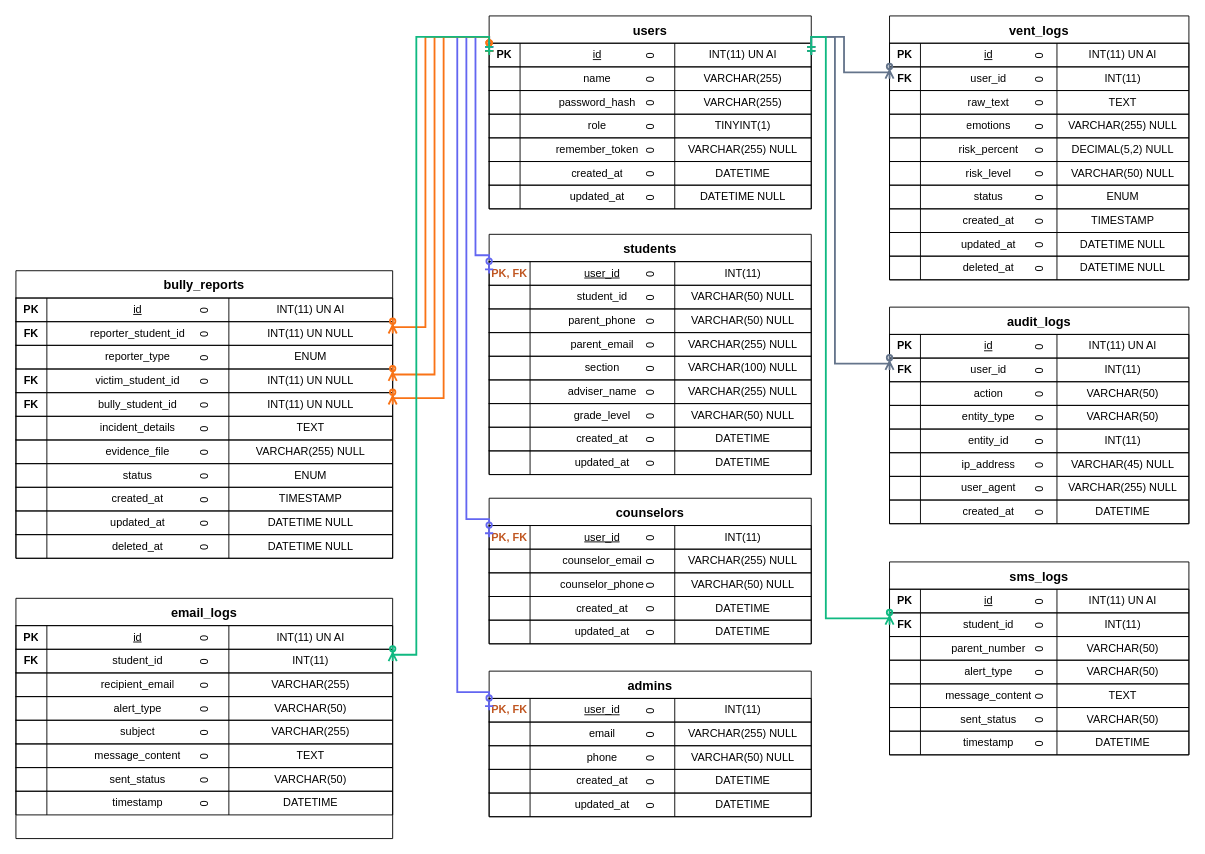
The draw.io diagram docs/erd_diagram.drawio in CrayCray3000/StudentShield-SoftwareEngineering, before the edit. Source tidied: cells renumbered, new cells numbered last; positions are measured from the earlier drawing's top-left corner, leaving out a move shared by most shapes. Both pictures are drawn from the tidied source at 91%, with x=0, y=0 at pixel (15, 15).
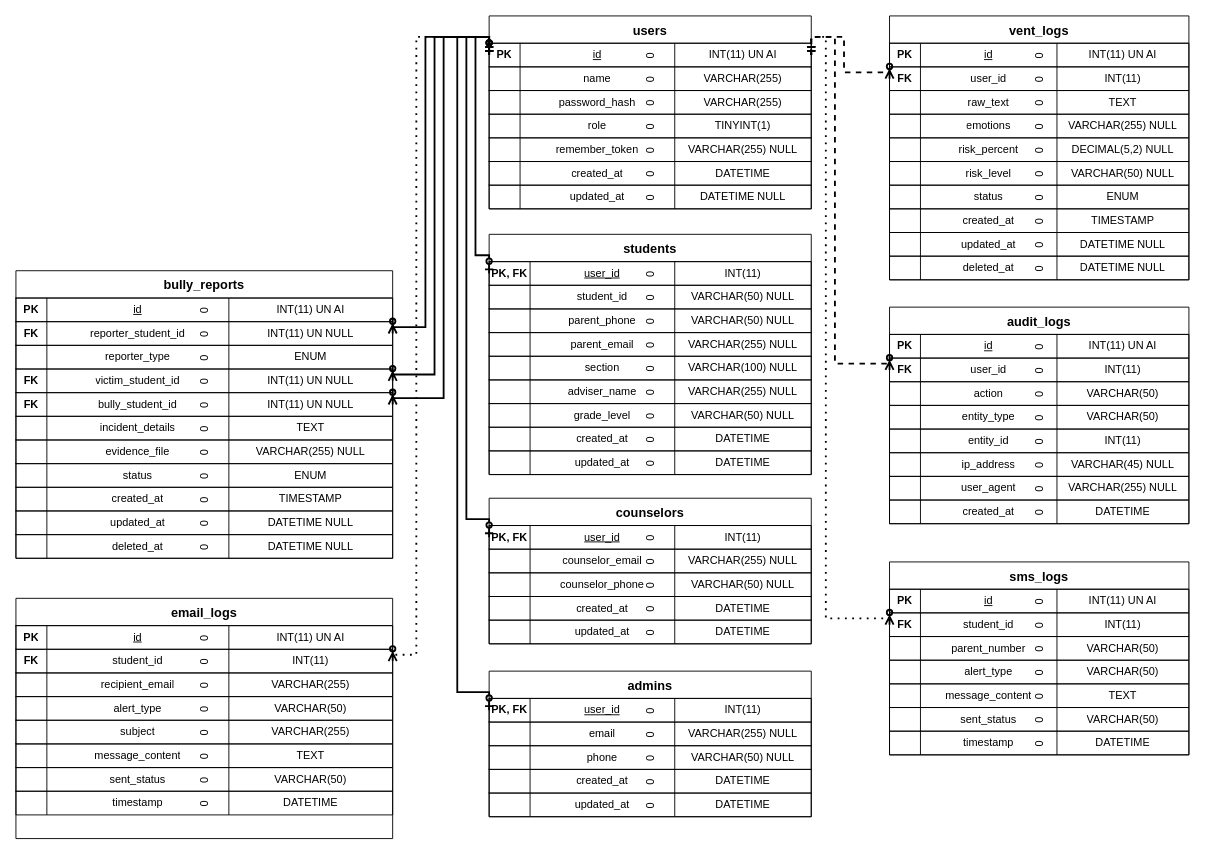
The same diagram, later.

Commit message (it also covers changes not shown here):
Doc: convert ERD to pure black and white (monochrome) format for thesis print standards

The change refers to these unchanged cells:
```xml
<mxCell id="3" value="0" style="shape=tableRow;horizontal=0;startSize=0;swimlaneHead=0;swimlaneBody=0;fillColor=none;points=[[0,0.5],[1,0.5]];portConstraint=eastwest;fontSize=12;strokeColor=inherit;" parent="2" vertex="1">
  <mxGeometry y="30" width="354" height="26" as="geometry" />
</mxCell>
<mxCell id="32" value="0" style="shape=tableRow;horizontal=0;startSize=0;swimlaneHead=0;swimlaneBody=0;fillColor=none;points=[[0,0.5],[1,0.5]];portConstraint=eastwest;fontSize=12;strokeColor=inherit;" parent="31" vertex="1">
  <mxGeometry y="30" width="354" height="26" as="geometry" />
</mxCell>
<mxCell id="69" value="0" style="shape=tableRow;horizontal=0;startSize=0;swimlaneHead=0;swimlaneBody=0;fillColor=none;points=[[0,0.5],[1,0.5]];portConstraint=eastwest;fontSize=12;strokeColor=inherit;" parent="68" vertex="1">
  <mxGeometry y="30" width="354" height="26" as="geometry" />
</mxCell>
<mxCell id="90" value="0" style="shape=tableRow;horizontal=0;startSize=0;swimlaneHead=0;swimlaneBody=0;fillColor=none;points=[[0,0.5],[1,0.5]];portConstraint=eastwest;fontSize=12;strokeColor=inherit;" parent="89" vertex="1">
  <mxGeometry y="30" width="354" height="26" as="geometry" />
</mxCell>
<mxCell id="115" value="0" style="shape=tableRow;horizontal=0;startSize=0;swimlaneHead=0;swimlaneBody=0;fillColor=none;points=[[0,0.5],[1,0.5]];portConstraint=eastwest;fontSize=12;strokeColor=inherit;" parent="110" vertex="1">
  <mxGeometry y="56" width="329" height="26" as="geometry" />
</mxCell>
<mxCell id="156" value="0" style="shape=tableRow;horizontal=0;startSize=0;swimlaneHead=0;swimlaneBody=0;fillColor=none;points=[[0,0.5],[1,0.5]];portConstraint=eastwest;fontSize=12;strokeColor=inherit;" parent="151" vertex="1">
  <mxGeometry y="56" width="329" height="26" as="geometry" />
</mxCell>
<mxCell id="189" value="0" style="shape=tableRow;horizontal=0;startSize=0;swimlaneHead=0;swimlaneBody=0;fillColor=none;points=[[0,0.5],[1,0.5]];portConstraint=eastwest;fontSize=12;strokeColor=inherit;" parent="184" vertex="1">
  <mxGeometry y="56" width="329" height="26" as="geometry" />
</mxCell>
<mxCell id="218" value="0" style="shape=tableRow;horizontal=0;startSize=0;swimlaneHead=0;swimlaneBody=0;fillColor=none;points=[[0,0.5],[1,0.5]];portConstraint=eastwest;fontSize=12;strokeColor=inherit;" parent="213" vertex="1">
  <mxGeometry y="56" width="414" height="26" as="geometry" />
</mxCell>
<mxCell id="226" value="0" style="shape=tableRow;horizontal=0;startSize=0;swimlaneHead=0;swimlaneBody=0;fillColor=none;points=[[0,0.5],[1,0.5]];portConstraint=eastwest;fontSize=12;strokeColor=inherit;" parent="213" vertex="1">
  <mxGeometry y="108" width="414" height="26" as="geometry" />
</mxCell>
<mxCell id="230" value="0" style="shape=tableRow;horizontal=0;startSize=0;swimlaneHead=0;swimlaneBody=0;fillColor=none;points=[[0,0.5],[1,0.5]];portConstraint=eastwest;fontSize=12;strokeColor=inherit;" parent="213" vertex="1">
  <mxGeometry y="134" width="414" height="26" as="geometry" />
</mxCell>
<mxCell id="263" value="0" style="shape=tableRow;horizontal=0;startSize=0;swimlaneHead=0;swimlaneBody=0;fillColor=none;points=[[0,0.5],[1,0.5]];portConstraint=eastwest;fontSize=12;strokeColor=inherit;" parent="258" vertex="1">
  <mxGeometry y="56" width="414" height="26" as="geometry" />
</mxCell>
```

Change to the diagram source:
```diff
@@
-    <mxCell id="33" value="PK, FK" style="shape=partialRectangle;fillColor=none;top=0;left=0;bottom=0;right=0;fontStyle=1;overflow=hidden;whiteSpace=wrap;html=1;fontColor=#C05621;" parent="32" vertex="1">
+    <mxCell id="33" value="PK, FK" style="shape=partialRectangle;fillColor=none;top=0;left=0;bottom=0;right=0;fontStyle=1;overflow=hidden;whiteSpace=wrap;html=1;fontColor=#000000;" parent="32" vertex="1">
       <mxGeometry width="45" height="26" as="geometry" />
     </mxCell>
@@
-    <mxCell id="70" value="PK, FK" style="shape=partialRectangle;fillColor=none;top=0;left=0;bottom=0;right=0;fontStyle=1;overflow=hidden;whiteSpace=wrap;html=1;fontColor=#C05621;" parent="69" vertex="1">
+    <mxCell id="70" value="PK, FK" style="shape=partialRectangle;fillColor=none;top=0;left=0;bottom=0;right=0;fontStyle=1;overflow=hidden;whiteSpace=wrap;html=1;fontColor=#000000;" parent="69" vertex="1">
       <mxGeometry width="45" height="26" as="geometry" />
     </mxCell>
@@
-    <mxCell id="91" value="PK, FK" style="shape=partialRectangle;fillColor=none;top=0;left=0;bottom=0;right=0;fontStyle=1;overflow=hidden;whiteSpace=wrap;html=1;fontColor=#C05621;" parent="90" vertex="1">
+    <mxCell id="91" value="PK, FK" style="shape=partialRectangle;fillColor=none;top=0;left=0;bottom=0;right=0;fontStyle=1;overflow=hidden;whiteSpace=wrap;html=1;fontColor=#000000;" parent="90" vertex="1">
       <mxGeometry width="45" height="26" as="geometry" />
     </mxCell>
@@
-    <mxCell id="291" style="edgeStyle=orthogonalEdgeStyle;rounded=0;jettySize=auto;html=1;endArrow=ERzeroToOne;endFill=0;startArrow=ERmandOne;startFill=0;strokeColor=#6366f1;strokeWidth=2;exitX=0;exitY=0.5;exitDx=0;exitDy=0;exitPerimeter=0;entryX=0;entryY=0.5;entryDx=0;entryDy=0;entryPerimeter=0;" parent="1" edge="1" source="3" target="32">
+    <mxCell id="291" style="edgeStyle=orthogonalEdgeStyle;rounded=0;jettySize=auto;html=1;endArrow=ERzeroToOne;endFill=0;startArrow=ERmandOne;startFill=0;strokeColor=#000000;strokeWidth=2;exitX=0;exitY=0.5;exitDx=0;exitDy=0;exitPerimeter=0;entryX=0;entryY=0.5;entryDx=0;entryDy=0;entryPerimeter=0;" parent="1" edge="1" source="3" target="32">
       <mxGeometry relative="1" as="geometry">
         <Array as="points">
           <mxPoint x="505" y="23" />
           <mxPoint x="505" y="263" />
         </Array>
       </mxGeometry>
     </mxCell>
-    <mxCell id="292" style="edgeStyle=orthogonalEdgeStyle;rounded=0;jettySize=auto;html=1;endArrow=ERzeroToOne;endFill=0;startArrow=ERmandOne;startFill=0;strokeColor=#6366f1;strokeWidth=2;exitX=0;exitY=0.5;exitDx=0;exitDy=0;exitPerimeter=0;entryX=0;entryY=0.5;entryDx=0;entryDy=0;entryPerimeter=0;" parent="1" edge="1" source="3" target="69">
+    <mxCell id="292" style="edgeStyle=orthogonalEdgeStyle;rounded=0;jettySize=auto;html=1;endArrow=ERzeroToOne;endFill=0;startArrow=ERmandOne;startFill=0;strokeColor=#000000;strokeWidth=2;exitX=0;exitY=0.5;exitDx=0;exitDy=0;exitPerimeter=0;entryX=0;entryY=0.5;entryDx=0;entryDy=0;entryPerimeter=0;" parent="1" edge="1" source="3" target="69">
       <mxGeometry relative="1" as="geometry">
         <Array as="points">
           <mxPoint x="495" y="23" />
           <mxPoint x="495" y="553" />
         </Array>
       </mxGeometry>
     </mxCell>
-    <mxCell id="293" style="edgeStyle=orthogonalEdgeStyle;rounded=0;jettySize=auto;html=1;endArrow=ERzeroToOne;endFill=0;startArrow=ERmandOne;startFill=0;strokeColor=#6366f1;strokeWidth=2;exitX=0;exitY=0.5;exitDx=0;exitDy=0;exitPerimeter=0;entryX=0;entryY=0.5;entryDx=0;entryDy=0;entryPerimeter=0;" parent="1" edge="1" source="3" target="90">
+    <mxCell id="293" style="edgeStyle=orthogonalEdgeStyle;rounded=0;jettySize=auto;html=1;endArrow=ERzeroToOne;endFill=0;startArrow=ERmandOne;startFill=0;strokeColor=#000000;strokeWidth=2;exitX=0;exitY=0.5;exitDx=0;exitDy=0;exitPerimeter=0;entryX=0;entryY=0.5;entryDx=0;entryDy=0;entryPerimeter=0;" parent="1" edge="1" source="3" target="90">
       <mxGeometry relative="1" as="geometry">
         <Array as="points">
           <mxPoint x="485" y="23" />
           <mxPoint x="485" y="743" />
         </Array>
       </mxGeometry>
     </mxCell>
-    <mxCell id="294" style="edgeStyle=orthogonalEdgeStyle;rounded=0;jettySize=auto;html=1;endArrow=ERzeroToMany;endFill=0;startArrow=ERmandOne;startFill=0;strokeColor=#64748b;strokeWidth=2;exitX=1;exitY=0.5;exitDx=0;exitDy=0;exitPerimeter=0;entryX=0;entryY=0.5;entryDx=0;entryDy=0;entryPerimeter=0;" parent="1" edge="1" source="3" target="115">
+    <mxCell id="294" style="edgeStyle=orthogonalEdgeStyle;rounded=0;jettySize=auto;html=1;endArrow=ERzeroToMany;endFill=0;startArrow=ERmandOne;startFill=0;strokeColor=#000000;strokeWidth=2;dashed=1;exitX=1;exitY=0.5;exitDx=0;exitDy=0;exitPerimeter=0;entryX=0;entryY=0.5;entryDx=0;entryDy=0;entryPerimeter=0;" parent="1" edge="1" source="3" target="115">
       <mxGeometry relative="1" as="geometry">
         <Array as="points">
           <mxPoint x="910" y="23" />
           <mxPoint x="910" y="62" />
         </Array>
       </mxGeometry>
     </mxCell>
-    <mxCell id="295" style="edgeStyle=orthogonalEdgeStyle;rounded=0;jettySize=auto;html=1;endArrow=ERzeroToMany;endFill=0;startArrow=ERmandOne;startFill=0;strokeColor=#64748b;strokeWidth=2;exitX=1;exitY=0.5;exitDx=0;exitDy=0;exitPerimeter=0;entryX=0;entryY=0.5;entryDx=0;entryDy=0;entryPerimeter=0;" parent="1" edge="1" source="3" target="156">
+    <mxCell id="295" style="edgeStyle=orthogonalEdgeStyle;rounded=0;jettySize=auto;html=1;endArrow=ERzeroToMany;endFill=0;startArrow=ERmandOne;startFill=0;strokeColor=#000000;strokeWidth=2;dashed=1;exitX=1;exitY=0.5;exitDx=0;exitDy=0;exitPerimeter=0;entryX=0;entryY=0.5;entryDx=0;entryDy=0;entryPerimeter=0;" parent="1" edge="1" source="3" target="156">
       <mxGeometry relative="1" as="geometry">
         <Array as="points">
           <mxPoint x="900" y="23" />
           <mxPoint x="900" y="382" />
         </Array>
       </mxGeometry>
     </mxCell>
-    <mxCell id="296" style="edgeStyle=orthogonalEdgeStyle;rounded=0;jettySize=auto;html=1;endArrow=ERzeroToMany;endFill=0;startArrow=ERmandOne;startFill=0;strokeColor=#10b981;strokeWidth=2;exitX=1;exitY=0.5;exitDx=0;exitDy=0;exitPerimeter=0;entryX=0;entryY=0.5;entryDx=0;entryDy=0;entryPerimeter=0;" parent="1" edge="1" source="3" target="189">
+    <mxCell id="296" style="edgeStyle=orthogonalEdgeStyle;rounded=0;jettySize=auto;html=1;endArrow=ERzeroToMany;endFill=0;startArrow=ERmandOne;startFill=0;strokeColor=#000000;strokeWidth=2;dashed=1;dashPattern=1 3;exitX=1;exitY=0.5;exitDx=0;exitDy=0;exitPerimeter=0;entryX=0;entryY=0.5;entryDx=0;entryDy=0;entryPerimeter=0;" parent="1" edge="1" source="3" target="189">
       <mxGeometry relative="1" as="geometry">
         <Array as="points">
           <mxPoint x="890" y="23" />
           <mxPoint x="890" y="662" />
         </Array>
       </mxGeometry>
     </mxCell>
-    <mxCell id="297" style="edgeStyle=orthogonalEdgeStyle;rounded=0;jettySize=auto;html=1;endArrow=ERzeroToMany;endFill=0;startArrow=ERzeroToOne;startFill=0;strokeColor=#f97316;strokeWidth=2;exitX=0;exitY=0.5;exitDx=0;exitDy=0;exitPerimeter=0;entryX=1;entryY=0.5;entryDx=0;entryDy=0;entryPerimeter=0;" parent="1" edge="1" source="3" target="218">
+    <mxCell id="297" style="edgeStyle=orthogonalEdgeStyle;rounded=0;jettySize=auto;html=1;endArrow=ERzeroToMany;endFill=0;startArrow=ERzeroToOne;startFill=0;strokeColor=#000000;strokeWidth=2;exitX=0;exitY=0.5;exitDx=0;exitDy=0;exitPerimeter=0;entryX=1;entryY=0.5;entryDx=0;entryDy=0;entryPerimeter=0;" parent="1" edge="1" source="3" target="218">
       <mxGeometry relative="1" as="geometry">
         <Array as="points">
           <mxPoint x="450" y="23" />
           <mxPoint x="450" y="342" />
         </Array>
       </mxGeometry>
     </mxCell>
-    <mxCell id="298" style="edgeStyle=orthogonalEdgeStyle;rounded=0;jettySize=auto;html=1;endArrow=ERzeroToMany;endFill=0;startArrow=ERzeroToOne;startFill=0;strokeColor=#f97316;strokeWidth=2;exitX=0;exitY=0.5;exitDx=0;exitDy=0;exitPerimeter=0;entryX=1;entryY=0.5;entryDx=0;entryDy=0;entryPerimeter=0;" parent="1" edge="1" source="3" target="226">
+    <mxCell id="298" style="edgeStyle=orthogonalEdgeStyle;rounded=0;jettySize=auto;html=1;endArrow=ERzeroToMany;endFill=0;startArrow=ERzeroToOne;startFill=0;strokeColor=#000000;strokeWidth=2;exitX=0;exitY=0.5;exitDx=0;exitDy=0;exitPerimeter=0;entryX=1;entryY=0.5;entryDx=0;entryDy=0;entryPerimeter=0;" parent="1" edge="1" source="3" target="226">
       <mxGeometry relative="1" as="geometry">
         <Array as="points">
           <mxPoint x="460" y="23" />
           <mxPoint x="460" y="394" />
         </Array>
       </mxGeometry>
     </mxCell>
-    <mxCell id="299" style="edgeStyle=orthogonalEdgeStyle;rounded=0;jettySize=auto;html=1;endArrow=ERzeroToMany;endFill=0;startArrow=ERzeroToOne;startFill=0;strokeColor=#f97316;strokeWidth=2;exitX=0;exitY=0.5;exitDx=0;exitDy=0;exitPerimeter=0;entryX=1;entryY=0.5;entryDx=0;entryDy=0;entryPerimeter=0;" parent="1" edge="1" source="3" target="230">
+    <mxCell id="299" style="edgeStyle=orthogonalEdgeStyle;rounded=0;jettySize=auto;html=1;endArrow=ERzeroToMany;endFill=0;startArrow=ERzeroToOne;startFill=0;strokeColor=#000000;strokeWidth=2;exitX=0;exitY=0.5;exitDx=0;exitDy=0;exitPerimeter=0;entryX=1;entryY=0.5;entryDx=0;entryDy=0;entryPerimeter=0;" parent="1" edge="1" source="3" target="230">
       <mxGeometry relative="1" as="geometry">
         <Array as="points">
           <mxPoint x="470" y="23" />
           <mxPoint x="470" y="420" />
         </Array>
       </mxGeometry>
     </mxCell>
-    <mxCell id="300" style="edgeStyle=orthogonalEdgeStyle;rounded=0;jettySize=auto;html=1;endArrow=ERzeroToMany;endFill=0;startArrow=ERmandOne;startFill=0;strokeColor=#10b981;strokeWidth=2;exitX=0;exitY=0.5;exitDx=0;exitDy=0;exitPerimeter=0;entryX=1;entryY=0.5;entryDx=0;entryDy=0;entryPerimeter=0;" parent="1" edge="1" source="3" target="263">
+    <mxCell id="300" style="edgeStyle=orthogonalEdgeStyle;rounded=0;jettySize=auto;html=1;endArrow=ERzeroToMany;endFill=0;startArrow=ERmandOne;startFill=0;strokeColor=#000000;strokeWidth=2;dashed=1;dashPattern=1 3;exitX=0;exitY=0.5;exitDx=0;exitDy=0;exitPerimeter=0;entryX=1;entryY=0.5;entryDx=0;entryDy=0;entryPerimeter=0;" parent="1" edge="1" source="3" target="263">
       <mxGeometry relative="1" as="geometry">
         <Array as="points">
           <mxPoint x="440" y="23" />
           <mxPoint x="440" y="702" />
         </Array>
       </mxGeometry>
     </mxCell>
```
